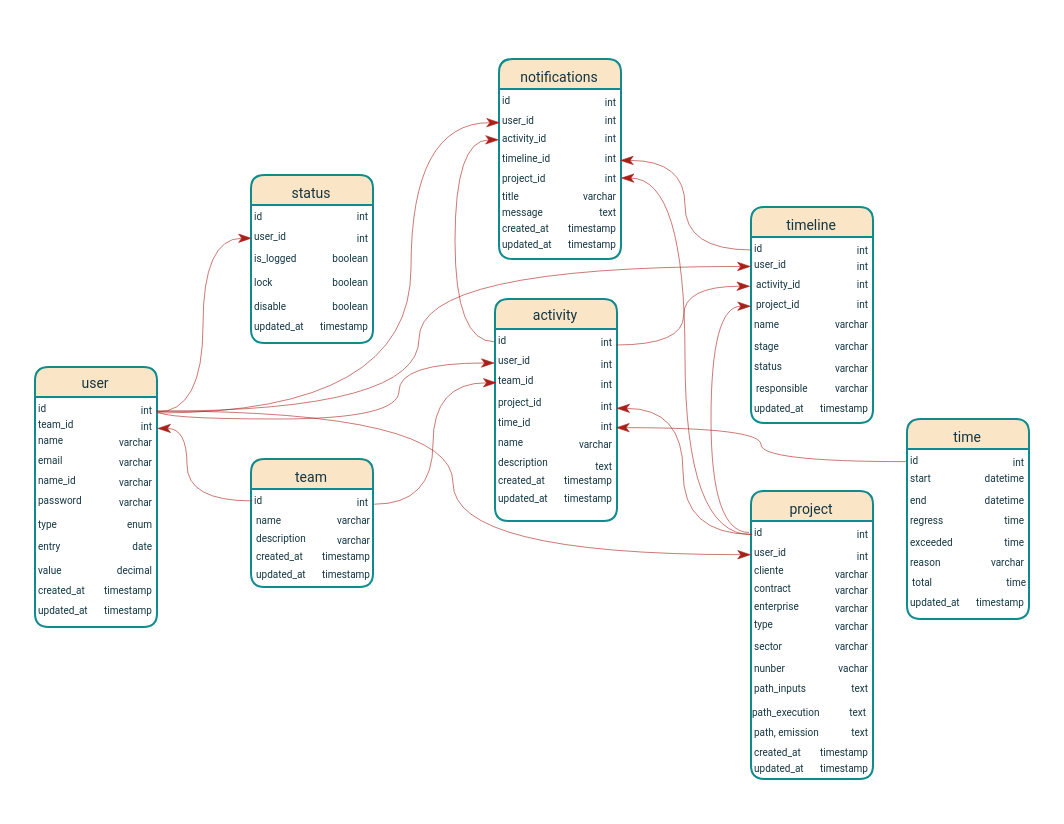
Earlier version of the draw.io diagram Banco Kairos.drawio (Avflux/drawio). Source tidied: cells renumbered, new cells numbered last; positions are measured from the earlier drawing's top-left corner, leaving out a move shared by most shapes. Both pictures are drawn from the tidied source at 200%, with x=0, y=0 at pixel (34, 58).
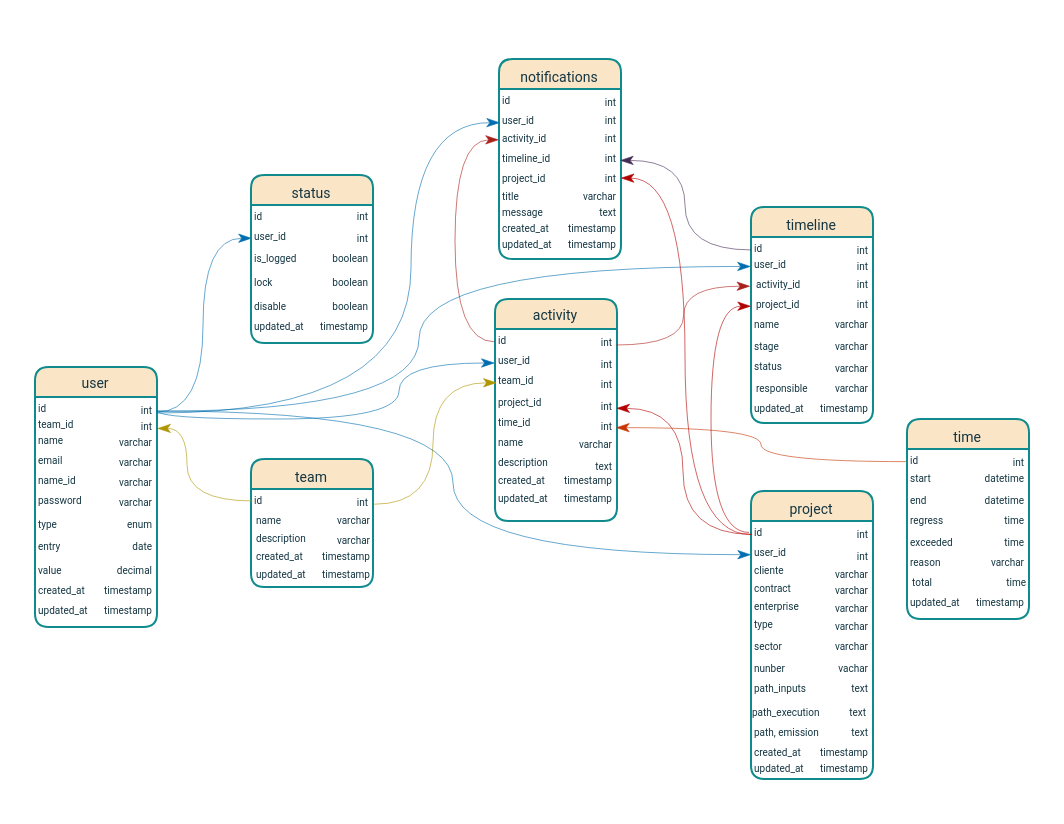
The same page after the edit.

The change refers to these unchanged cells:
```xml
<mxCell id="4" value="&lt;font face=&quot;Roboto&quot;&gt;&lt;span style=&quot;font-size: 5px;&quot;&gt;int&lt;/span&gt;&lt;/font&gt;" style="text;html=1;align=right;verticalAlign=middle;points=[];strokeColor=none;fillColor=none;fontFamily=Architects Daughter;labelBackgroundColor=none;fontColor=#143642;" parent="2" vertex="1">
  <mxGeometry x="40" y="5" width="20" height="30" as="geometry" />
</mxCell>
<mxCell id="6" value="&lt;font face=&quot;Roboto&quot;&gt;&lt;span style=&quot;font-size: 5px;&quot;&gt;int&lt;/span&gt;&lt;/font&gt;" style="text;html=1;align=right;verticalAlign=middle;points=[];strokeColor=none;fillColor=none;fontFamily=Architects Daughter;labelBackgroundColor=none;fontColor=#143642;" parent="2" vertex="1">
  <mxGeometry x="39.5" y="13" width="20" height="30" as="geometry" />
</mxCell>
<mxCell id="26" value="&lt;font face=&quot;Roboto&quot; style=&quot;font-size: 5px;&quot;&gt;id&lt;/font&gt;" style="text;html=1;align=left;verticalAlign=middle;points=[];strokeColor=none;fillColor=none;fontFamily=Architects Daughter;labelBackgroundColor=none;fontColor=#143642;" parent="25" vertex="1">
  <mxGeometry y="5" width="20" height="30" as="geometry" />
</mxCell>
<mxCell id="31" value="&lt;font face=&quot;Roboto&quot;&gt;&lt;span style=&quot;font-size: 5px;&quot;&gt;int&lt;/span&gt;&lt;/font&gt;" style="text;html=1;align=right;verticalAlign=middle;points=[];strokeColor=none;fillColor=none;fontFamily=Architects Daughter;labelBackgroundColor=none;fontColor=#143642;" parent="25" vertex="1">
  <mxGeometry x="40" y="5" width="20" height="30" as="geometry" />
</mxCell>
<mxCell id="40" value="&lt;font face=&quot;Roboto&quot; style=&quot;font-size: 5px;&quot;&gt;team_id&lt;/font&gt;" style="text;html=1;align=left;verticalAlign=middle;points=[];strokeColor=none;fillColor=none;fontFamily=Architects Daughter;labelBackgroundColor=none;fontColor=#143642;" parent="36" vertex="1">
  <mxGeometry y="27" width="36" height="26" as="geometry" />
</mxCell>
<mxCell id="44" value="&lt;font face=&quot;Roboto&quot;&gt;&lt;span style=&quot;font-size: 5px;&quot;&gt;int&lt;/span&gt;&lt;/font&gt;" style="text;html=1;align=right;verticalAlign=middle;points=[];strokeColor=none;fillColor=none;fontFamily=Architects Daughter;labelBackgroundColor=none;fontColor=#143642;" parent="36" vertex="1">
  <mxGeometry x="36" y="38" width="24" height="27" as="geometry" />
</mxCell>
<mxCell id="46" value="&lt;font face=&quot;Roboto&quot;&gt;&lt;span style=&quot;font-size: 5px;&quot;&gt;int&lt;/span&gt;&lt;/font&gt;" style="text;html=1;align=right;verticalAlign=middle;points=[];strokeColor=none;fillColor=none;fontFamily=Architects Daughter;labelBackgroundColor=none;fontColor=#143642;" parent="36" vertex="1">
  <mxGeometry x="36" y="48" width="24" height="27" as="geometry" />
</mxCell>
<mxCell id="59" value="&lt;font face=&quot;Roboto&quot; style=&quot;font-size: 5px;&quot;&gt;id&lt;/font&gt;" style="text;html=1;align=left;verticalAlign=middle;points=[];strokeColor=none;fillColor=none;fontFamily=Architects Daughter;labelBackgroundColor=none;fontColor=#143642;" parent="58" vertex="1">
  <mxGeometry y="5" width="20" height="30" as="geometry" />
</mxCell>
<mxCell id="60" value="&lt;font face=&quot;Roboto&quot; style=&quot;font-size: 5px;&quot;&gt;user_id&lt;/font&gt;" style="text;html=1;align=left;verticalAlign=middle;points=[];strokeColor=none;fillColor=none;fontFamily=Architects Daughter;labelBackgroundColor=none;fontColor=#143642;" parent="58" vertex="1">
  <mxGeometry y="17" width="34" height="26" as="geometry" />
</mxCell>
<mxCell id="88" value="&lt;font face=&quot;Roboto&quot; style=&quot;font-size: 5px;&quot;&gt;id&lt;/font&gt;" style="text;html=1;align=left;verticalAlign=middle;points=[];strokeColor=none;fillColor=none;fontFamily=Architects Daughter;labelBackgroundColor=none;fontColor=#143642;" parent="87" vertex="1">
  <mxGeometry y="5" width="20" height="30" as="geometry" />
</mxCell>
<mxCell id="106" value="&lt;font face=&quot;Roboto&quot; style=&quot;font-size: 5px;&quot;&gt;id&lt;/font&gt;" style="text;html=1;align=left;verticalAlign=middle;points=[];strokeColor=none;fillColor=none;fontFamily=Architects Daughter;labelBackgroundColor=none;fontColor=#143642;" parent="105" vertex="1">
  <mxGeometry y="5" width="20" height="30" as="geometry" />
</mxCell>
<mxCell id="107" value="&lt;font face=&quot;Roboto&quot; style=&quot;font-size: 5px;&quot;&gt;user_id&lt;/font&gt;" style="text;html=1;align=left;verticalAlign=middle;points=[];strokeColor=none;fillColor=none;fontFamily=Architects Daughter;labelBackgroundColor=none;fontColor=#143642;" parent="105" vertex="1">
  <mxGeometry y="15" width="33" height="26" as="geometry" />
</mxCell>
<mxCell id="112" value="&lt;font face=&quot;Roboto&quot; style=&quot;font-size: 5px;&quot;&gt;project_id&lt;/font&gt;" style="text;html=1;align=left;verticalAlign=middle;points=[];strokeColor=none;fillColor=none;fontFamily=Architects Daughter;labelBackgroundColor=none;fontColor=#143642;" parent="105" vertex="1">
  <mxGeometry x="0.5" y="34" width="42" height="28" as="geometry" />
</mxCell>
<mxCell id="129" value="&lt;font face=&quot;Roboto&quot; style=&quot;font-size: 5px;&quot;&gt;user_id&lt;/font&gt;" style="text;html=1;align=left;verticalAlign=middle;points=[];strokeColor=none;fillColor=none;fontFamily=Architects Daughter;labelBackgroundColor=none;fontColor=#143642;" parent="127" vertex="1">
  <mxGeometry y="17" width="34" height="26" as="geometry" />
</mxCell>
<mxCell id="135" value="&lt;font face=&quot;Roboto&quot;&gt;&lt;span style=&quot;font-size: 5px;&quot;&gt;int&lt;/span&gt;&lt;/font&gt;" style="text;html=1;align=right;verticalAlign=middle;points=[];strokeColor=none;fillColor=none;fontFamily=Architects Daughter;labelBackgroundColor=none;fontColor=#143642;" parent="127" vertex="1">
  <mxGeometry x="36" y="34" width="24" height="27" as="geometry" />
</mxCell>
<mxCell id="137" value="&lt;font face=&quot;Roboto&quot;&gt;&lt;span style=&quot;font-size: 5px;&quot;&gt;int&lt;/span&gt;&lt;/font&gt;" style="text;html=1;align=right;verticalAlign=middle;points=[];strokeColor=none;fillColor=none;fontFamily=Architects Daughter;labelBackgroundColor=none;fontColor=#143642;" parent="127" vertex="1">
  <mxGeometry x="36" y="44" width="24" height="27" as="geometry" />
</mxCell>
<mxCell id="153" value="&lt;font face=&quot;Roboto&quot; style=&quot;font-size: 5px;&quot;&gt;user_id&lt;/font&gt;" style="text;html=1;align=left;verticalAlign=middle;points=[];strokeColor=none;fillColor=none;fontFamily=Architects Daughter;labelBackgroundColor=none;fontColor=#143642;" parent="151" vertex="1">
  <mxGeometry y="17" width="34" height="26" as="geometry" />
</mxCell>
```

Change to the diagram source:
```diff
@@
-    <mxCell id="55" style="edgeStyle=orthogonalEdgeStyle;rounded=0;hachureGap=4;jettySize=auto;html=1;fontFamily=Architects Daughter;curved=1;endArrow=classicThin;endFill=1;strokeWidth=0.3;entryX=-0.004;entryY=0.192;entryDx=0;entryDy=0;entryPerimeter=0;exitX=1.05;exitY=0.56;exitDx=0;exitDy=0;exitPerimeter=0;labelBackgroundColor=none;fontColor=default;strokeColor=#A8201A;" parent="1" edge="1" source="4" target="40">
+    <mxCell id="55" style="edgeStyle=orthogonalEdgeStyle;rounded=0;hachureGap=4;jettySize=auto;html=1;fontFamily=Architects Daughter;curved=1;endArrow=classicThin;endFill=1;strokeWidth=0.3;entryX=-0.004;entryY=0.192;entryDx=0;entryDy=0;entryPerimeter=0;exitX=1.05;exitY=0.56;exitDx=0;exitDy=0;exitPerimeter=0;labelBackgroundColor=none;fontColor=default;strokeColor=light-dark(#006EAF,#050FFF);" parent="1" edge="1" source="4" target="40">
       <mxGeometry relative="1" as="geometry">
         <Array as="points">
           <mxPoint x="182" y="180" />
           <mxPoint x="182" y="152" />
         </Array>
       </mxGeometry>
     </mxCell>
-    <mxCell id="56" style="edgeStyle=orthogonalEdgeStyle;rounded=0;hachureGap=4;jettySize=auto;html=1;fontFamily=Architects Daughter;curved=1;endArrow=classicThin;endFill=1;strokeWidth=0.3;entryX=0.024;entryY=0.572;entryDx=0;entryDy=0;entryPerimeter=0;exitX=1.08;exitY=0.587;exitDx=0;exitDy=0;exitPerimeter=0;labelBackgroundColor=none;fontColor=default;strokeColor=#A8201A;" parent="1" edge="1" source="31" target="40">
+    <mxCell id="56" style="edgeStyle=orthogonalEdgeStyle;rounded=0;hachureGap=4;jettySize=auto;html=1;fontFamily=Architects Daughter;curved=1;endArrow=classicThin;endFill=1;strokeWidth=0.3;entryX=0.024;entryY=0.572;entryDx=0;entryDy=0;entryPerimeter=0;exitX=1.08;exitY=0.587;exitDx=0;exitDy=0;exitPerimeter=0;labelBackgroundColor=none;fontColor=default;strokeColor=light-dark(#B09500,#FFD700);" parent="1" edge="1" source="31" target="40">
       <mxGeometry relative="1" as="geometry" />
     </mxCell>
-    <mxCell id="57" style="edgeStyle=orthogonalEdgeStyle;rounded=0;hachureGap=4;jettySize=auto;html=1;fontFamily=Architects Daughter;curved=1;endArrow=classicThin;endFill=1;strokeWidth=0.3;exitX=0.033;exitY=0.532;exitDx=0;exitDy=0;exitPerimeter=0;entryX=1.082;entryY=0.59;entryDx=0;entryDy=0;entryPerimeter=0;labelBackgroundColor=none;fontColor=default;strokeColor=#A8201A;" parent="1" edge="1" source="26" target="6">
+    <mxCell id="57" style="edgeStyle=orthogonalEdgeStyle;rounded=0;hachureGap=4;jettySize=auto;html=1;fontFamily=Architects Daughter;curved=1;endArrow=classicThin;endFill=1;strokeWidth=0.3;exitX=0.033;exitY=0.532;exitDx=0;exitDy=0;exitPerimeter=0;entryX=1.082;entryY=0.59;entryDx=0;entryDy=0;entryPerimeter=0;labelBackgroundColor=none;fontColor=default;strokeColor=light-dark(#B09500,#FFD700);" parent="1" edge="1" source="26" target="6">
       <mxGeometry relative="1" as="geometry">
         <Array as="points">
           <mxPoint x="76" y="221" />
           <mxPoint x="76" y="185" />
         </Array>
       </mxGeometry>
     </mxCell>
@@
-    <mxCell id="85" style="edgeStyle=orthogonalEdgeStyle;rounded=0;hachureGap=4;jettySize=auto;html=1;fontFamily=Architects Daughter;curved=1;endArrow=classicThin;endFill=1;strokeWidth=0.3;entryX=0;entryY=0.571;entryDx=0;entryDy=0;entryPerimeter=0;exitX=1.036;exitY=0.566;exitDx=0;exitDy=0;exitPerimeter=0;labelBackgroundColor=none;fontColor=default;strokeColor=#A8201A;" parent="1" edge="1" source="4" target="60">
+    <mxCell id="85" style="edgeStyle=orthogonalEdgeStyle;rounded=0;hachureGap=4;jettySize=auto;html=1;fontFamily=Architects Daughter;curved=1;endArrow=classicThin;endFill=1;strokeWidth=0.3;entryX=0;entryY=0.571;entryDx=0;entryDy=0;entryPerimeter=0;exitX=1.036;exitY=0.566;exitDx=0;exitDy=0;exitPerimeter=0;labelBackgroundColor=none;fontColor=default;strokeColor=light-dark(#006EAF,#050FFF);" parent="1" edge="1" source="4" target="60">
       <mxGeometry relative="1" as="geometry" />
     </mxCell>
-    <mxCell id="86" style="edgeStyle=orthogonalEdgeStyle;rounded=0;hachureGap=4;jettySize=auto;html=1;fontFamily=Architects Daughter;curved=1;endArrow=classicThin;endFill=1;strokeWidth=0.3;exitX=0.031;exitY=0.556;exitDx=0;exitDy=0;exitPerimeter=0;entryX=1.028;entryY=0.617;entryDx=0;entryDy=0;entryPerimeter=0;labelBackgroundColor=none;fontColor=default;strokeColor=#A8201A;" parent="1" edge="1" source="59" target="44">
+    <mxCell id="86" style="edgeStyle=orthogonalEdgeStyle;rounded=0;hachureGap=4;jettySize=auto;html=1;fontFamily=Architects Daughter;curved=1;endArrow=classicThin;endFill=1;strokeWidth=0.3;exitX=0.031;exitY=0.556;exitDx=0;exitDy=0;exitPerimeter=0;entryX=1.028;entryY=0.617;entryDx=0;entryDy=0;entryPerimeter=0;labelBackgroundColor=none;fontColor=default;strokeColor=light-dark(#B20000,#FF1C03);" parent="1" edge="1" source="59" target="44">
       <mxGeometry relative="1" as="geometry" />
     </mxCell>
@@
-    <mxCell id="104" style="edgeStyle=orthogonalEdgeStyle;rounded=0;hachureGap=4;jettySize=auto;html=1;fontFamily=Architects Daughter;curved=1;endArrow=classicThin;endFill=1;strokeWidth=0.3;entryX=1.02;entryY=0.605;entryDx=0;entryDy=0;entryPerimeter=0;exitX=-0.026;exitY=0.544;exitDx=0;exitDy=0;exitPerimeter=0;labelBackgroundColor=none;fontColor=default;strokeColor=#A8201A;" parent="1" edge="1" source="88" target="46">
+    <mxCell id="104" style="edgeStyle=orthogonalEdgeStyle;rounded=0;hachureGap=4;jettySize=auto;html=1;fontFamily=Architects Daughter;curved=1;endArrow=classicThin;endFill=1;strokeWidth=0.3;entryX=1.02;entryY=0.605;entryDx=0;entryDy=0;entryPerimeter=0;exitX=-0.026;exitY=0.544;exitDx=0;exitDy=0;exitPerimeter=0;labelBackgroundColor=none;fontColor=default;strokeColor=light-dark(#C73500,#FF833B);" parent="1" edge="1" source="88" target="46">
       <mxGeometry relative="1" as="geometry" />
     </mxCell>
@@
-    <mxCell id="124" style="edgeStyle=orthogonalEdgeStyle;rounded=0;hachureGap=4;jettySize=auto;html=1;fontFamily=Architects Daughter;curved=1;endArrow=classicThin;endFill=1;strokeWidth=0.3;entryX=-0.012;entryY=0.557;entryDx=0;entryDy=0;entryPerimeter=0;exitX=-0.05;exitY=0.524;exitDx=0;exitDy=0;exitPerimeter=0;labelBackgroundColor=none;fontColor=default;strokeColor=#A8201A;" parent="1" edge="1" source="59" target="112">
+    <mxCell id="124" style="edgeStyle=orthogonalEdgeStyle;rounded=0;hachureGap=4;jettySize=auto;html=1;fontFamily=Architects Daughter;curved=1;endArrow=classicThin;endFill=1;strokeWidth=0.3;entryX=-0.012;entryY=0.557;entryDx=0;entryDy=0;entryPerimeter=0;exitX=-0.05;exitY=0.524;exitDx=0;exitDy=0;exitPerimeter=0;labelBackgroundColor=none;fontColor=default;strokeColor=light-dark(#B20000,#FF1C03);" parent="1" edge="1" source="59" target="112">
       <mxGeometry relative="1" as="geometry" />
     </mxCell>
@@
-    <mxCell id="126" style="edgeStyle=orthogonalEdgeStyle;rounded=0;hachureGap=4;jettySize=auto;html=1;fontFamily=Architects Daughter;curved=1;endArrow=classicThin;endFill=1;strokeWidth=0.3;exitX=1.044;exitY=0.571;exitDx=0;exitDy=0;exitPerimeter=0;entryX=-0.003;entryY=0.566;entryDx=0;entryDy=0;entryPerimeter=0;labelBackgroundColor=none;fontColor=default;strokeColor=#A8201A;" parent="1" edge="1" source="4" target="107">
+    <mxCell id="126" style="edgeStyle=orthogonalEdgeStyle;rounded=0;hachureGap=4;jettySize=auto;html=1;fontFamily=Architects Daughter;curved=1;endArrow=classicThin;endFill=1;strokeWidth=0.3;exitX=1.044;exitY=0.571;exitDx=0;exitDy=0;exitPerimeter=0;entryX=-0.003;entryY=0.566;entryDx=0;entryDy=0;entryPerimeter=0;labelBackgroundColor=none;fontColor=default;strokeColor=light-dark(#006EAF,#050FFF);" parent="1" edge="1" source="4" target="107">
       <mxGeometry relative="1" as="geometry">
         <Array as="points">
           <mxPoint x="192" y="176" />
           <mxPoint x="192" y="104" />
         </Array>
       </mxGeometry>
     </mxCell>
@@
-    <mxCell id="147" style="edgeStyle=orthogonalEdgeStyle;rounded=0;hachureGap=4;jettySize=auto;html=1;fontFamily=Architects Daughter;curved=1;endArrow=classicThin;endFill=1;strokeWidth=0.3;exitX=0;exitY=0.56;exitDx=0;exitDy=0;exitPerimeter=0;entryX=1.036;entryY=0.576;entryDx=0;entryDy=0;entryPerimeter=0;labelBackgroundColor=none;fontColor=default;strokeColor=#A8201A;" parent="1" edge="1" source="59" target="137">
+    <mxCell id="147" style="edgeStyle=orthogonalEdgeStyle;rounded=0;hachureGap=4;jettySize=auto;html=1;fontFamily=Architects Daughter;curved=1;endArrow=classicThin;endFill=1;strokeWidth=0.3;exitX=0;exitY=0.56;exitDx=0;exitDy=0;exitPerimeter=0;entryX=1.036;entryY=0.576;entryDx=0;entryDy=0;entryPerimeter=0;labelBackgroundColor=none;fontColor=default;strokeColor=light-dark(#B20000,#FF1C03);" parent="1" edge="1" source="59" target="137">
       <mxGeometry relative="1" as="geometry" />
     </mxCell>
-    <mxCell id="148" style="edgeStyle=orthogonalEdgeStyle;rounded=0;hachureGap=4;jettySize=auto;html=1;fontFamily=Architects Daughter;curved=1;endArrow=classicThin;endFill=1;strokeWidth=0.3;exitX=1.06;exitY=0.6;exitDx=0;exitDy=0;exitPerimeter=0;entryX=0.015;entryY=0.57;entryDx=0;entryDy=0;entryPerimeter=0;labelBackgroundColor=none;fontColor=default;strokeColor=#A8201A;" parent="1" edge="1" source="4" target="129">
+    <mxCell id="148" style="edgeStyle=orthogonalEdgeStyle;rounded=0;hachureGap=4;jettySize=auto;html=1;fontFamily=Architects Daughter;curved=1;endArrow=classicThin;endFill=1;strokeWidth=0.3;exitX=1.06;exitY=0.6;exitDx=0;exitDy=0;exitPerimeter=0;entryX=0.015;entryY=0.57;entryDx=0;entryDy=0;entryPerimeter=0;labelBackgroundColor=none;fontColor=default;strokeColor=light-dark(#006EAF,#050FFF);" parent="1" edge="1" source="4" target="129">
       <mxGeometry relative="1" as="geometry">
         <Array as="points">
           <mxPoint x="188" y="177" />
           <mxPoint x="188" y="32" />
         </Array>
       </mxGeometry>
     </mxCell>
-    <mxCell id="149" style="edgeStyle=orthogonalEdgeStyle;rounded=0;hachureGap=4;jettySize=auto;html=1;fontFamily=Architects Daughter;curved=1;endArrow=classicThin;endFill=1;strokeWidth=0.3;exitX=0.012;exitY=0.549;exitDx=0;exitDy=0;exitPerimeter=0;entryX=1.02;entryY=0.619;entryDx=0;entryDy=0;entryPerimeter=0;labelBackgroundColor=none;fontColor=default;strokeColor=#A8201A;" parent="1" edge="1" source="106" target="135">
+    <mxCell id="149" style="edgeStyle=orthogonalEdgeStyle;rounded=0;hachureGap=4;jettySize=auto;html=1;fontFamily=Architects Daughter;curved=1;endArrow=classicThin;endFill=1;strokeWidth=0.3;exitX=0.012;exitY=0.549;exitDx=0;exitDy=0;exitPerimeter=0;entryX=1.02;entryY=0.619;entryDx=0;entryDy=0;entryPerimeter=0;labelBackgroundColor=none;fontColor=default;strokeColor=light-dark(#432D57,#EA2AFF);" parent="1" edge="1" source="106" target="135">
       <mxGeometry relative="1" as="geometry" />
     </mxCell>
-    <mxCell id="150" style="edgeStyle=orthogonalEdgeStyle;rounded=0;hachureGap=4;jettySize=auto;html=1;fontFamily=Architects Daughter;curved=1;endArrow=classicThin;endFill=1;strokeWidth=0.3;exitX=1.035;exitY=0.586;exitDx=0;exitDy=0;exitPerimeter=0;entryX=0.013;entryY=0.562;entryDx=0;entryDy=0;entryPerimeter=0;labelBackgroundColor=none;fontColor=default;strokeColor=#A8201A;" parent="1" edge="1" source="4" target="153">
+    <mxCell id="150" style="edgeStyle=orthogonalEdgeStyle;rounded=0;hachureGap=4;jettySize=auto;html=1;fontFamily=Architects Daughter;curved=1;endArrow=classicThin;endFill=1;strokeWidth=0.3;exitX=1.035;exitY=0.586;exitDx=0;exitDy=0;exitPerimeter=0;entryX=0.013;entryY=0.562;entryDx=0;entryDy=0;entryPerimeter=0;labelBackgroundColor=none;fontColor=default;strokeColor=light-dark(#006EAF,#050FFF);" parent="1" edge="1" source="4" target="153">
       <mxGeometry relative="1" as="geometry" />
     </mxCell>
```
